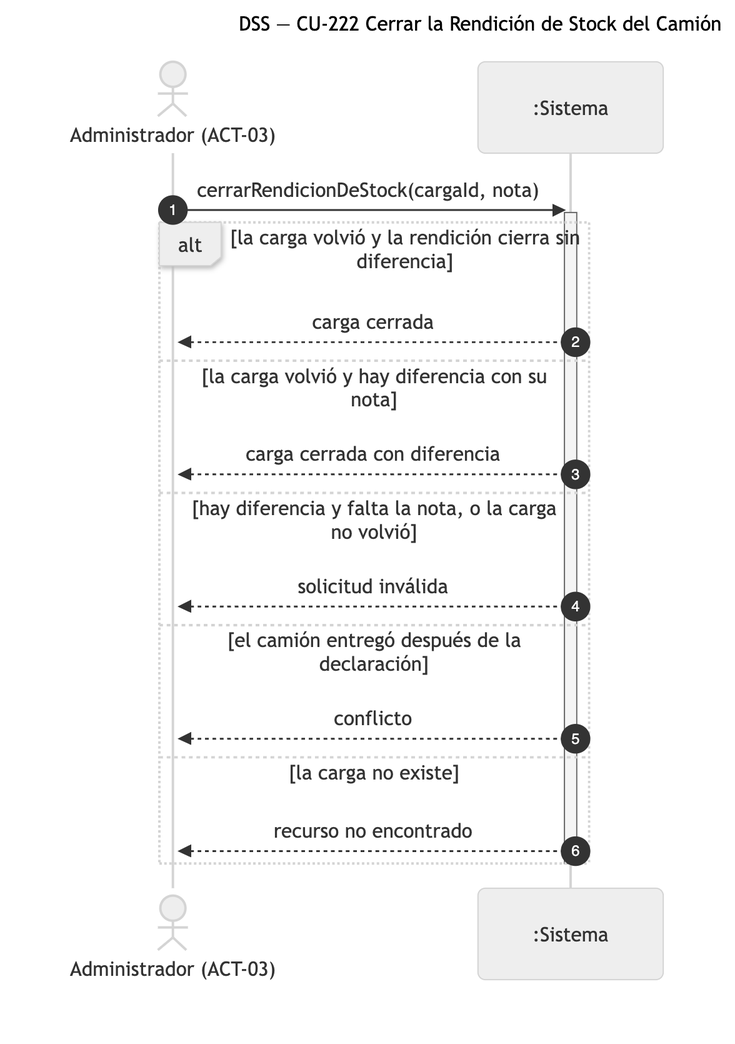
Before: diagramas/png/DSS_CU-222_Cerrar-la-Rendicion-de-Stock-del-Camion.png, a diagram exported from Mermaid (Nahuelito-Dev/splg-docs). Its source is kept beside it as diagramas/DSS_CU-222_Cerrar-la-Rendicion-de-Stock-del-Camion.mmd.
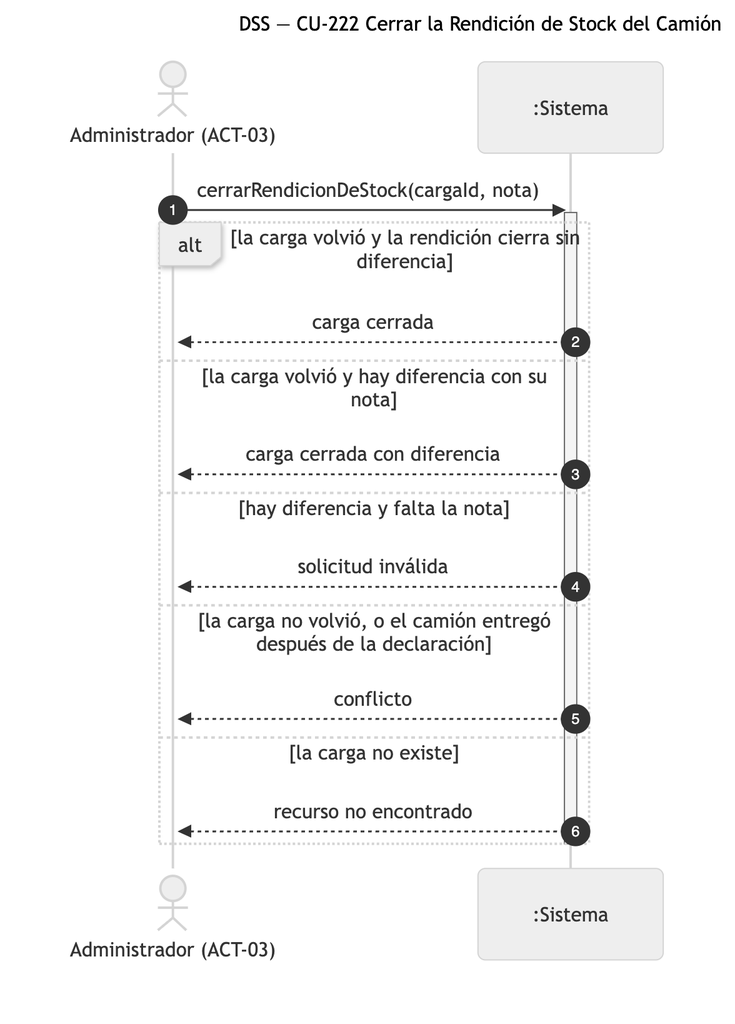
Above is the later version.

The edit, as a diff of the source:
```diff
@@ -10,9 +10,9 @@
         SIS-->>ADM: carga cerrada
     else la carga volvió y hay diferencia con su nota
         SIS-->>ADM: carga cerrada con diferencia
-    else hay diferencia y falta la nota, o la carga no volvió
+    else hay diferencia y falta la nota
         SIS-->>ADM: solicitud inválida
-    else el camión entregó después de la declaración
+    else la carga no volvió, o el camión entregó después de la declaración
         SIS-->>ADM: conflicto
     else la carga no existe
         SIS-->>ADM: recurso no encontrado
```
